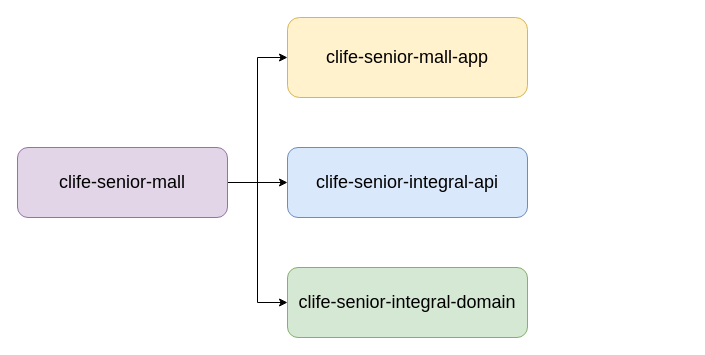
Above: 工程模块设计.drawio in messi122/picture (draw.io), before the change. Source tidied: cells renumbered, new cells numbered last; positions are measured from the earlier drawing's top-left corner, leaving out a move shared by most shapes. Both pictures are drawn from the tidied source at 100%, with x=0, y=0 at pixel (17, 17).
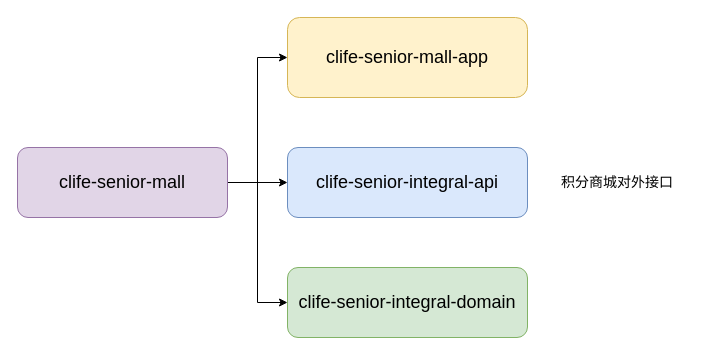
Above is the later version.

Commit message (it also covers changes not shown here):
更新工程模块设计.drawio

The edit, as a diff of the source:
```diff
@@
 <mxGraphModel>
   <root>
     <mxCell id="0" />
     <mxCell id="1" parent="0" />
     <mxCell id="2" style="edgeStyle=orthogonalEdgeStyle;rounded=0;jettySize=auto;html=1;exitX=1;exitY=0.5;exitDx=0;exitDy=0;entryX=0;entryY=0.5;entryDx=0;entryDy=0;" parent="1" edge="1" source="5" target="6">
       <mxGeometry relative="1" as="geometry" />
     </mxCell>
     <mxCell id="3" style="edgeStyle=orthogonalEdgeStyle;rounded=0;jettySize=auto;html=1;exitX=1;exitY=0.5;exitDx=0;exitDy=0;entryX=0;entryY=0.5;entryDx=0;entryDy=0;" parent="1" edge="1" source="5" target="8">
       <mxGeometry relative="1" as="geometry" />
     </mxCell>
     <mxCell id="4" style="edgeStyle=orthogonalEdgeStyle;rounded=0;jettySize=auto;html=1;exitX=1;exitY=0.5;exitDx=0;exitDy=0;entryX=0;entryY=0.5;entryDx=0;entryDy=0;" parent="1" edge="1" source="5" target="7">
       <mxGeometry relative="1" as="geometry" />
     </mxCell>
     <mxCell id="5" value="&lt;font style=&quot;font-size: 18px;&quot;&gt;clife-senior-mall&lt;/font&gt;" style="rounded=1;whiteSpace=wrap;html=1;fillColor=#e1d5e7;strokeColor=#9673a6;" parent="1" vertex="1">
       <mxGeometry y="130" width="210" height="70" as="geometry" />
     </mxCell>
     <mxCell id="6" value="&lt;font style=&quot;font-size: 18px;&quot;&gt;clife-senior-mall-app&lt;/font&gt;" style="rounded=1;whiteSpace=wrap;html=1;fillColor=#fff2cc;strokeColor=#d6b656;" parent="1" vertex="1">
       <mxGeometry x="270" width="240" height="80" as="geometry" />
     </mxCell>
     <mxCell id="7" value="&lt;font style=&quot;font-size: 18px;&quot;&gt;clife-senior-integral-api&lt;/font&gt;" style="rounded=1;whiteSpace=wrap;html=1;fillColor=#dae8fc;strokeColor=#6c8ebf;" parent="1" vertex="1">
       <mxGeometry x="270" y="130" width="240" height="70" as="geometry" />
     </mxCell>
     <mxCell id="8" value="&lt;font style=&quot;font-size: 18px;&quot;&gt;clife-senior-integral-domain&lt;/font&gt;" style="rounded=1;whiteSpace=wrap;html=1;fillColor=#d5e8d4;strokeColor=#82b366;" parent="1" vertex="1">
       <mxGeometry x="270" y="250" width="240" height="70" as="geometry" />
     </mxCell>
+    <mxCell id="9" value="&lt;font style=&quot;font-size: 14px;&quot;&gt;积分商城对外接口&lt;/font&gt;" style="text;html=1;align=center;verticalAlign=middle;whiteSpace=wrap;rounded=0;" parent="1" vertex="1">
+      <mxGeometry x="530" y="145" width="140" height="40" as="geometry" />
+    </mxCell>
   </root>
 </mxGraphModel>
```
